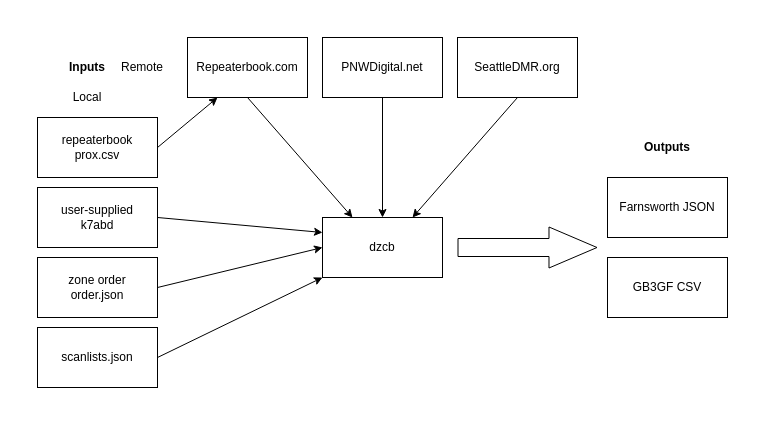
Above: doc/dzcb-overview.drawio in mycodeplug/dzcb (draw.io), before the change. Source tidied: cells renumbered, new cells numbered last; positions are measured from the earlier drawing's top-left corner, leaving out a move shared by most shapes. Both pictures are drawn from the tidied source at 100%, with x=0, y=0 at pixel (37, 37). Pictures stored in the file or linked from it are replaced by grey dashed boxes.
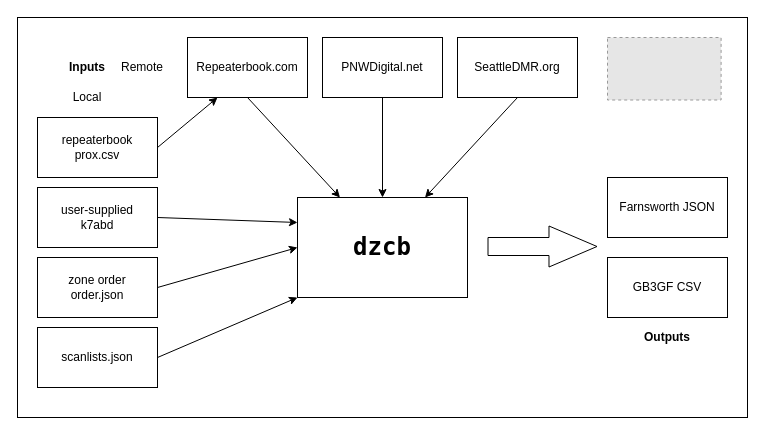
The same diagram, later.

Diff of the diagram source:
```diff
@@
+    <mxCell id="24" style="rounded=0;whiteSpace=wrap;html=1;" parent="1" vertex="1">
+      <mxGeometry x="-20" y="-20" width="730" height="400" as="geometry" />
+    </mxCell>
-    <mxCell id="2" value="dzcb" style="rounded=0;whiteSpace=wrap;html=1;" parent="1" vertex="1">
-      <mxGeometry x="285" y="180" width="120" height="60" as="geometry" />
+    <mxCell id="2" value="dzcb" style="rounded=0;whiteSpace=wrap;html=1;fontStyle=1;fontSize=24;fontFamily=Lucida Console;" parent="1" vertex="1">
+      <mxGeometry x="260" y="160" width="170" height="100" as="geometry" />
     </mxCell>
@@
     <mxCell id="15" value="Outputs" style="text;html=1;strokeColor=none;fillColor=none;align=center;verticalAlign=middle;whiteSpace=wrap;rounded=0;fontStyle=1;" parent="1" vertex="1">
-      <mxGeometry x="610" y="100" width="40" height="20" as="geometry" />
+      <mxGeometry x="610" y="290" width="40" height="20" as="geometry" />
     </mxCell>
@@
     <mxCell id="23" style="shape=flexArrow;endArrow=classic;html=1;width=18;endSize=15.67;endWidth=22;" parent="1" edge="1">
       <mxGeometry relative="1" as="geometry">
-        <mxPoint x="420" y="210" as="sourcePoint" />
-        <mxPoint x="560" y="210" as="targetPoint" />
+        <mxPoint x="450" y="209" as="sourcePoint" />
+        <mxPoint x="560" y="209" as="targetPoint" />
       </mxGeometry>
     </mxCell>
+    <mxCell id="25" style="fillColor=#E6E6E6;strokeColor=#999999;dashed=1;verticalLabelPosition=bottom;labelBackgroundColor=#ffffff;verticalAlign=top;" parent="1" vertex="1">
+      <mxGeometry x="570" width="113.6" height="62.5" as="geometry" />
+    </mxCell>
```
